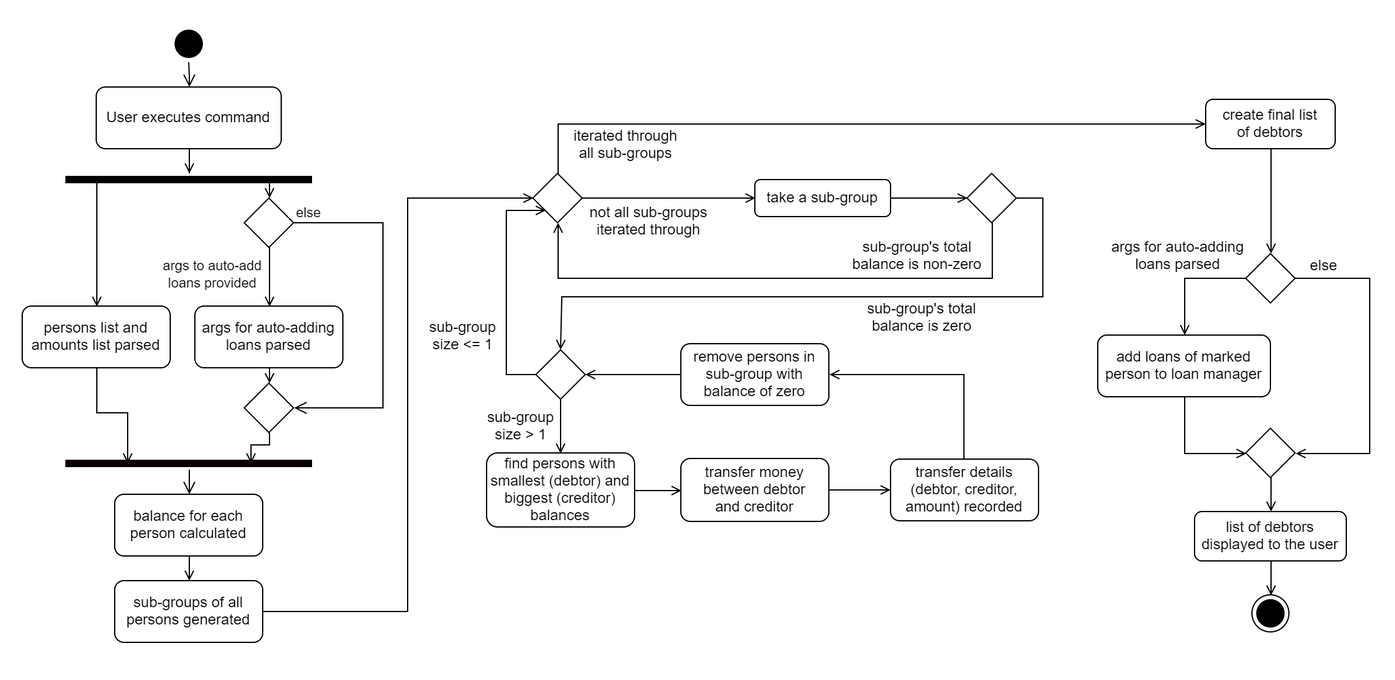
This is docs/images/LoanSplitActivityDiagram.png from nus-cs2103-AY1920S1/addressbook-level3, a draw.io export, as it was before one commit. Source tidied: cells renumbered, new cells last; positions are measured from the earlier drawing's top-left corner, leaving out a move shared by most shapes.
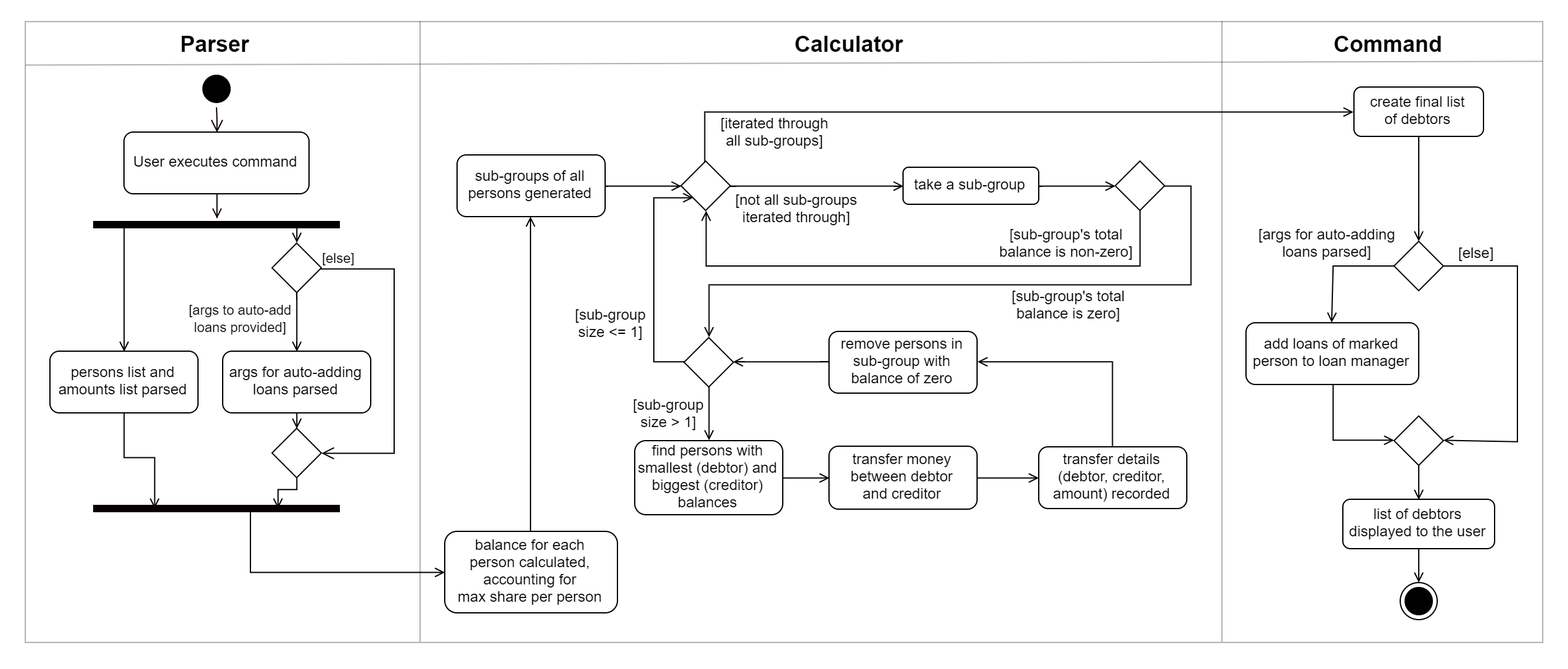
After the change.

Commit message:
Update loan split activity diagram

Diff of the diagram source:
```diff
@@ -2,17 +2,20 @@
   <root>
     <mxCell id="0" />
     <mxCell id="1" parent="0" />
-    <mxCell id="2" style="rounded=0;whiteSpace=wrap;html=1;strokeColor=none;fillColor=#FFFFFF;fontFamily=Helvetica;align=center;" parent="1" vertex="1">
-      <mxGeometry width="1130" height="550" as="geometry" />
-    </mxCell>
+    <mxCell id="65" style="rounded=0;whiteSpace=wrap;html=1;strokeColor=none;fillColor=#ffffff;" parent="1" vertex="1">
+      <mxGeometry x="-120" y="10" width="1270" height="540" as="geometry" />
+    </mxCell>
+    <mxCell id="66" style="rounded=0;whiteSpace=wrap;html=1;strokeColor=#000000;opacity=30;fillColor=none;" parent="1" vertex="1">
+      <mxGeometry x="-100" y="27" width="1230" height="503" as="geometry" />
+    </mxCell>
     <mxCell id="3" style="edgeStyle=orthogonalEdgeStyle;rounded=0;jettySize=auto;html=1;endArrow=open;endFill=0;strokeColor=#0F0000;fontFamily=Helvetica;" parent="1" edge="1" source="4" target="9">
       <mxGeometry relative="1" as="geometry" />
     </mxCell>
     <mxCell id="4" value="User executes command" style="rounded=1;" parent="1" vertex="1">
-      <mxGeometry x="77.5" y="70" width="150" height="50" as="geometry" />
+      <mxGeometry x="-20" y="116.5" width="150" height="50" as="geometry" />
     </mxCell>
     <mxCell id="5" style="ellipse;html=1;shape=startState;fillColor=#000000;strokeColor=#0F0000;" parent="1" vertex="1">
-      <mxGeometry x="137.5" y="20" width="30" height="30" as="geometry" />
+      <mxGeometry x="40" y="66.5" width="30" height="30" as="geometry" />
     </mxCell>
     <mxCell id="6" style="edgeStyle=orthogonalEdgeStyle;html=1;verticalAlign=bottom;endArrow=open;endSize=8;strokeColor=#0F0000;entryX=0.5;entryY=0;entryDx=0;entryDy=0;" parent="1" edge="1" source="5" target="4">
       <mxGeometry relative="1" as="geometry" />
@@ -20,7 +23,7 @@
     <mxCell id="7" style="edgeStyle=orthogonalEdgeStyle;rounded=0;jettySize=auto;html=1;exitX=0.25;exitY=0.5;exitDx=0;exitDy=0;exitPerimeter=0;entryX=0.5;entryY=0;entryDx=0;entryDy=0;fontFamily=Courier New;endArrow=open;endFill=0;" parent="1" edge="1" source="9" target="11">
       <mxGeometry relative="1" as="geometry">
         <Array as="points">
-          <mxPoint x="77.5" y="145" />
+          <mxPoint x="-20" y="191.5" />
         </Array>
       </mxGeometry>
     </mxCell>
@@ -28,67 +31,66 @@
       <mxGeometry relative="1" as="geometry" />
     </mxCell>
     <mxCell id="9" style="shape=line;html=1;strokeWidth=6;strokeColor=#000000;rounded=1;" parent="1" vertex="1">
-      <mxGeometry x="52.5" y="140" width="200" height="10" as="geometry" />
+      <mxGeometry x="-45" y="186.5" width="200" height="10" as="geometry" />
     </mxCell>
     <mxCell id="10" style="edgeStyle=orthogonalEdgeStyle;rounded=0;jettySize=auto;html=1;entryX=0.25;entryY=0.5;entryDx=0;entryDy=0;entryPerimeter=0;endArrow=open;endFill=0;strokeColor=#080000;fontFamily=Helvetica;" parent="1" edge="1" source="11" target="17">
       <mxGeometry relative="1" as="geometry" />
     </mxCell>
     <mxCell id="11" value="persons list and&#10;amounts list parsed" style="rounded=1;fontFamily=Helvetica;" parent="1" vertex="1">
-      <mxGeometry x="17.5" y="247.5" width="120" height="50" as="geometry" />
+      <mxGeometry x="-80" y="294" width="120" height="50" as="geometry" />
     </mxCell>
     <mxCell id="12" style="edgeStyle=orthogonalEdgeStyle;rounded=0;jettySize=auto;html=1;exitX=0.5;exitY=1;exitDx=0;exitDy=0;entryX=0.5;entryY=0;entryDx=0;entryDy=0;endArrow=open;endFill=0;strokeColor=#080000;fontFamily=Helvetica;" parent="1" edge="1" source="13" target="20">
       <mxGeometry relative="1" as="geometry" />
     </mxCell>
     <mxCell id="13" value="args for auto-adding&#10;loans parsed" style="rounded=1;fontFamily=Helvetica;" parent="1" vertex="1">
-      <mxGeometry x="157.5" y="247.5" width="120" height="50" as="geometry" />
+      <mxGeometry x="60" y="294" width="120" height="50" as="geometry" />
     </mxCell>
     <mxCell id="14" style="edgeStyle=orthogonalEdgeStyle;rounded=0;jettySize=auto;html=1;entryX=0.5;entryY=0;entryDx=0;entryDy=0;endArrow=open;endFill=0;strokeColor=#080000;fontFamily=Helvetica;" parent="1" edge="1" source="15" target="13">
       <mxGeometry relative="1" as="geometry" />
     </mxCell>
     <mxCell id="15" style="rhombus;whiteSpace=wrap;html=1;fillColor=#FFFFFF;strokeColor=#050000;rounded=0;fontFamily=Courier New;" parent="1" vertex="1">
-      <mxGeometry x="197.5" y="160" width="40" height="40" as="geometry" />
+      <mxGeometry x="100" y="206.5" width="40" height="40" as="geometry" />
     </mxCell>
-    <mxCell id="16" value="else" style="edgeStyle=orthogonalEdgeStyle;html=1;align=left;verticalAlign=bottom;endArrow=open;endSize=8;strokeColor=#050000;fontFamily=Helvetica;entryX=1;entryY=0.5;entryDx=0;entryDy=0;rounded=0;" parent="1" edge="1" source="15" target="20">
+    <mxCell id="16" value="[else]" style="edgeStyle=orthogonalEdgeStyle;html=1;align=left;verticalAlign=bottom;endArrow=open;endSize=8;strokeColor=#050000;fontFamily=Helvetica;entryX=1;entryY=0.5;entryDx=0;entryDy=0;rounded=0;" parent="1" edge="1" source="15" target="20">
       <mxGeometry x="-1" relative="1" as="geometry">
         <Array as="points">
-          <mxPoint x="310" y="180" />
-          <mxPoint x="310" y="330" />
+          <mxPoint x="199" y="227" />
+          <mxPoint x="199" y="377" />
         </Array>
       </mxGeometry>
     </mxCell>
+    <mxCell id="18" style="edgeStyle=orthogonalEdgeStyle;rounded=0;jettySize=auto;html=1;entryX=0;entryY=0.5;entryDx=0;entryDy=0;endArrow=open;endFill=0;exitX=0.5;exitY=0.555;exitDx=0;exitDy=0;exitPerimeter=0;" parent="1" edge="1" source="17" target="22">
+      <mxGeometry relative="1" as="geometry">
+        <Array as="points">
+          <mxPoint x="82" y="473" />
+        </Array>
+      </mxGeometry>
+    </mxCell>
     <mxCell id="17" style="shape=line;html=1;strokeWidth=6;strokeColor=#080000;rounded=0;fillColor=#FFFFFF;fontFamily=Helvetica;" parent="1" vertex="1">
-      <mxGeometry x="52.5" y="370" width="200" height="10" as="geometry" />
+      <mxGeometry x="-45" y="416.5" width="200" height="10" as="geometry" />
     </mxCell>
-    <mxCell id="18" style="edgeStyle=orthogonalEdgeStyle;html=1;verticalAlign=bottom;endArrow=open;endSize=8;strokeColor=#080000;fontFamily=Helvetica;entryX=0.5;entryY=0;entryDx=0;entryDy=0;" parent="1" edge="1" source="17" target="22">
-      <mxGeometry relative="1" as="geometry" />
-    </mxCell>
     <mxCell id="19" style="edgeStyle=orthogonalEdgeStyle;rounded=0;jettySize=auto;html=1;exitX=0.5;exitY=1;exitDx=0;exitDy=0;entryX=0.75;entryY=0.5;entryDx=0;entryDy=0;entryPerimeter=0;endArrow=open;endFill=0;strokeColor=#080000;fontFamily=Helvetica;" parent="1" edge="1" source="20" target="17">
       <mxGeometry relative="1" as="geometry">
         <Array as="points">
-          <mxPoint x="217.5" y="360" />
-          <mxPoint x="202.5" y="360" />
+          <mxPoint x="120" y="406.5" />
+          <mxPoint x="105" y="406.5" />
         </Array>
       </mxGeometry>
     </mxCell>
     <mxCell id="20" style="rhombus;whiteSpace=wrap;html=1;fillColor=#FFFFFF;strokeColor=#050000;rounded=0;fontFamily=Courier New;" parent="1" vertex="1">
-      <mxGeometry x="197.5" y="310" width="40" height="40" as="geometry" />
+      <mxGeometry x="100" y="356.5" width="40" height="40" as="geometry" />
     </mxCell>
-    <mxCell id="21" style="edgeStyle=orthogonalEdgeStyle;rounded=0;jettySize=auto;html=1;entryX=0.5;entryY=0;entryDx=0;entryDy=0;endArrow=open;endFill=0;strokeColor=#080000;fontFamily=Helvetica;" parent="1" edge="1" source="22" target="24">
+    <mxCell id="21" style="edgeStyle=orthogonalEdgeStyle;rounded=0;jettySize=auto;html=1;entryX=0.5;entryY=1;entryDx=0;entryDy=0;endArrow=open;endFill=0;" parent="1" edge="1" source="22" target="24">
       <mxGeometry relative="1" as="geometry" />
     </mxCell>
-    <mxCell id="22" value="balance for each&#10;person calculated" style="rounded=1;fontFamily=Helvetica;" parent="1" vertex="1">
-      <mxGeometry x="92.5" y="400" width="120" height="50" as="geometry" />
+    <mxCell id="22" value="balance for each&#10;person calculated,&#10;accounting for&#10;max share per person" style="rounded=1;fontFamily=Helvetica;" parent="1" vertex="1">
+      <mxGeometry x="240" y="440" width="140" height="66" as="geometry" />
     </mxCell>
-    <mxCell id="23" style="edgeStyle=orthogonalEdgeStyle;rounded=0;jettySize=auto;html=1;entryX=0;entryY=0.5;entryDx=0;entryDy=0;endArrow=open;endFill=0;strokeColor=#080000;fontFamily=Helvetica;" parent="1" edge="1" source="24" target="42">
-      <mxGeometry relative="1" as="geometry">
-        <Array as="points">
-          <mxPoint x="330" y="495" />
-          <mxPoint x="330" y="160" />
-        </Array>
-      </mxGeometry>
+    <mxCell id="23" style="edgeStyle=orthogonalEdgeStyle;rounded=0;jettySize=auto;html=1;entryX=0;entryY=0.5;entryDx=0;entryDy=0;endArrow=open;endFill=0;" parent="1" edge="1" source="24" target="42">
+      <mxGeometry relative="1" as="geometry" />
     </mxCell>
     <mxCell id="24" value="sub-groups of all&#10;persons generated" style="rounded=1;fontFamily=Helvetica;" parent="1" vertex="1">
-      <mxGeometry x="92.5" y="470" width="120" height="50" as="geometry" />
+      <mxGeometry x="250" y="135" width="120" height="50" as="geometry" />
     </mxCell>
     <mxCell id="25" style="edgeStyle=orthogonalEdgeStyle;rounded=0;jettySize=auto;html=1;entryX=0.5;entryY=0;entryDx=0;entryDy=0;endArrow=open;endFill=0;strokeColor=#080000;fontFamily=Helvetica;" parent="1" edge="1" source="26" target="32">
       <mxGeometry relative="1" as="geometry" />
@@ -96,7 +98,7 @@
     <mxCell id="26" value="create final list&#10;of debtors" style="rounded=1;fontFamily=Helvetica;" parent="1" vertex="1">
       <mxGeometry x="977" y="80" width="105" height="40" as="geometry" />
     </mxCell>
-    <mxCell id="27" value="iterated through&lt;br&gt;all sub-groups" style="text;html=1;align=center;verticalAlign=top;spacingTop=-4;fontFamily=Helvetica;" parent="1" vertex="1">
+    <mxCell id="27" value="[iterated through&lt;br&gt;all sub-groups]" style="text;html=1;align=center;verticalAlign=top;spacingTop=-4;fontFamily=Helvetica;" parent="1" vertex="1">
       <mxGeometry x="457" y="100" width="100" height="30" as="geometry" />
     </mxCell>
     <mxCell id="28" style="edgeStyle=orthogonalEdgeStyle;rounded=0;jettySize=auto;html=1;entryX=0;entryY=0.5;entryDx=0;entryDy=0;endArrow=open;endFill=0;strokeColor=#080000;fontFamily=Helvetica;" parent="1" edge="1" source="29" target="35">
@@ -123,8 +125,8 @@
     <mxCell id="32" style="rhombus;whiteSpace=wrap;html=1;fillColor=#FFFFFF;strokeColor=#050000;rounded=0;fontFamily=Courier New;" parent="1" vertex="1">
       <mxGeometry x="1009.5" y="205" width="40" height="40" as="geometry" />
     </mxCell>
-    <mxCell id="33" value="args for auto-adding&lt;br&gt;loans parsed" style="text;html=1;align=center;verticalAlign=top;spacingTop=-4;fontFamily=Helvetica;" parent="1" vertex="1">
-      <mxGeometry x="894.5" y="190" width="120" height="30" as="geometry" />
+    <mxCell id="33" value="[args for auto-adding&lt;br&gt;loans parsed]" style="text;html=1;align=center;verticalAlign=top;spacingTop=-4;fontFamily=Helvetica;" parent="1" vertex="1">
+      <mxGeometry x="889.5" y="190" width="130" height="30" as="geometry" />
     </mxCell>
     <mxCell id="34" style="edgeStyle=orthogonalEdgeStyle;rounded=0;jettySize=auto;html=1;entryX=0.5;entryY=0;entryDx=0;entryDy=0;endArrow=open;endFill=0;strokeColor=#080000;fontFamily=Helvetica;" parent="1" edge="1" source="35" target="38">
       <mxGeometry relative="1" as="geometry" />
@@ -132,7 +134,7 @@
     <mxCell id="35" style="rhombus;whiteSpace=wrap;html=1;fillColor=#FFFFFF;strokeColor=#050000;rounded=0;fontFamily=Courier New;" parent="1" vertex="1">
       <mxGeometry x="1009.5" y="346.5" width="40" height="40" as="geometry" />
     </mxCell>
-    <mxCell id="36" value="else" style="text;html=1;align=left;verticalAlign=top;spacingTop=-4;fontFamily=Helvetica;" parent="1" vertex="1">
+    <mxCell id="36" value="[else]" style="text;html=1;align=left;verticalAlign=top;spacingTop=-4;fontFamily=Helvetica;" parent="1" vertex="1">
       <mxGeometry x="1060" y="205" width="40" height="20" as="geometry" />
     </mxCell>
     <mxCell id="37" style="edgeStyle=orthogonalEdgeStyle;rounded=0;jettySize=auto;html=1;entryX=0.5;entryY=0;entryDx=0;entryDy=0;endArrow=open;endFill=0;strokeColor=#080000;fontFamily=Helvetica;" parent="1" edge="1" source="38" target="39">
@@ -147,10 +149,10 @@
     <mxCell id="40" style="edgeStyle=orthogonalEdgeStyle;rounded=0;jettySize=auto;html=1;entryX=0;entryY=0.5;entryDx=0;entryDy=0;endArrow=open;endFill=0;strokeColor=#080000;fontFamily=Helvetica;" parent="1" edge="1" source="42" target="44">
       <mxGeometry relative="1" as="geometry" />
     </mxCell>
-    <mxCell id="41" style="edgeStyle=orthogonalEdgeStyle;rounded=0;jettySize=auto;html=1;entryX=0;entryY=0.5;entryDx=0;entryDy=0;endArrow=open;endFill=0;strokeColor=#080000;fontFamily=Helvetica;" parent="1" edge="1" source="42" target="26">
+    <mxCell id="41" style="edgeStyle=orthogonalEdgeStyle;rounded=0;jettySize=auto;html=1;entryX=0;entryY=0.5;entryDx=0;entryDy=0;endArrow=open;endFill=0;" parent="1" edge="1" source="42" target="26">
       <mxGeometry relative="1" as="geometry">
         <Array as="points">
-          <mxPoint x="452" y="100" />
+          <mxPoint x="451" y="100" />
         </Array>
       </mxGeometry>
     </mxCell>
@@ -163,7 +165,7 @@
     <mxCell id="44" value="take a sub-group" style="rounded=1;fontFamily=Helvetica;" parent="1" vertex="1">
       <mxGeometry x="611.5" y="145" width="110" height="30" as="geometry" />
     </mxCell>
-    <mxCell id="45" value="not all sub-groups&lt;br&gt;iterated through" style="text;html=1;align=center;verticalAlign=middle;labelBackgroundColor=#ffffff;fontFamily=Helvetica;" parent="1" vertex="1">
+    <mxCell id="45" value="[not all sub-groups&lt;br&gt;iterated through]" style="text;html=1;align=center;verticalAlign=middle;labelBackgroundColor=#ffffff;fontFamily=Helvetica;" parent="1" vertex="1">
       <mxGeometry x="581.5" y="160" as="geometry">
         <mxPoint x="-57" y="18" as="offset" />
       </mxGeometry>
@@ -202,13 +204,13 @@
     <mxCell id="51" style="rhombus;whiteSpace=wrap;html=1;fillColor=#FFFFFF;strokeColor=#050000;rounded=0;fontFamily=Courier New;" parent="1" vertex="1">
       <mxGeometry x="434" y="283" width="40" height="40" as="geometry" />
     </mxCell>
-    <mxCell id="52" value="sub-group's total&lt;br&gt;balance is zero" style="text;html=1;align=center;verticalAlign=top;spacingTop=-4;fontFamily=Helvetica;" parent="1" vertex="1">
-      <mxGeometry x="696.5" y="240" width="100" height="30" as="geometry" />
+    <mxCell id="52" value="[sub-group's total&lt;br&gt;balance is zero]" style="text;html=1;align=center;verticalAlign=top;spacingTop=-4;fontFamily=Helvetica;" parent="1" vertex="1">
+      <mxGeometry x="691.5" y="240" width="110" height="30" as="geometry" />
     </mxCell>
-    <mxCell id="53" value="sub-group's total&lt;br&gt;balance is non-zero" style="text;html=1;align=center;verticalAlign=top;spacingTop=-4;fontFamily=Helvetica;" parent="1" vertex="1">
+    <mxCell id="53" value="[sub-group's total&lt;br&gt;balance is non-zero]" style="text;html=1;align=center;verticalAlign=top;spacingTop=-4;fontFamily=Helvetica;" parent="1" vertex="1">
       <mxGeometry x="683.5" y="190" width="120" height="30" as="geometry" />
     </mxCell>
-    <mxCell id="54" value="sub-group&lt;br&gt;size &amp;lt;= 1" style="text;html=1;align=center;verticalAlign=top;spacingTop=-4;fontFamily=Helvetica;" parent="1" vertex="1">
+    <mxCell id="54" value="[sub-group&lt;br&gt;size &amp;lt;= 1]" style="text;html=1;align=center;verticalAlign=top;spacingTop=-4;fontFamily=Helvetica;" parent="1" vertex="1">
       <mxGeometry x="339.5" y="255" width="70" height="30" as="geometry" />
     </mxCell>
     <mxCell id="55" style="edgeStyle=orthogonalEdgeStyle;rounded=0;jettySize=auto;html=1;entryX=0;entryY=0.5;entryDx=0;entryDy=0;endArrow=open;endFill=0;strokeColor=#080000;fontFamily=Helvetica;" parent="1" edge="1" source="56" target="58">
@@ -229,11 +231,11 @@
     <mxCell id="60" value="remove persons in&#10;sub-group with&#10;balance of zero" style="rounded=1;fontFamily=Helvetica;" parent="1" vertex="1">
       <mxGeometry x="551.5" y="278" width="120" height="50" as="geometry" />
     </mxCell>
-    <mxCell id="61" value="sub-group&lt;br&gt;size &amp;gt; 1" style="text;html=1;align=center;verticalAlign=top;spacingTop=-4;fontFamily=Helvetica;" parent="1" vertex="1">
+    <mxCell id="61" value="[sub-group&lt;br&gt;size &amp;gt; 1]" style="text;html=1;align=center;verticalAlign=top;spacingTop=-4;fontFamily=Helvetica;" parent="1" vertex="1">
       <mxGeometry x="387" y="328" width="70" height="30" as="geometry" />
     </mxCell>
-    <mxCell id="62" value="&lt;span style=&quot;font-size: 11px ; background-color: rgb(255 , 255 , 255)&quot;&gt;args to auto-add&lt;/span&gt;&lt;br style=&quot;font-size: 11px&quot;&gt;&lt;span style=&quot;font-size: 11px ; background-color: rgb(255 , 255 , 255)&quot;&gt;loans provided&lt;/span&gt;" style="text;html=1;align=center;verticalAlign=top;spacingTop=-4;fontFamily=Helvetica;" parent="1" vertex="1">
-      <mxGeometry x="122" y="205" width="100" height="30" as="geometry" />
+    <mxCell id="62" value="&lt;span style=&quot;font-size: 11px ; background-color: rgb(255 , 255 , 255)&quot;&gt;[args to auto-add&lt;/span&gt;&lt;br style=&quot;font-size: 11px&quot;&gt;&lt;span style=&quot;font-size: 11px ; background-color: rgb(255 , 255 , 255)&quot;&gt;loans provided]&lt;/span&gt;" style="text;html=1;align=center;verticalAlign=top;spacingTop=-4;fontFamily=Helvetica;" parent="1" vertex="1">
+      <mxGeometry x="24.5" y="251.5" width="100" height="30" as="geometry" />
     </mxCell>
     <mxCell id="63" style="edgeStyle=orthogonalEdgeStyle;rounded=0;jettySize=auto;html=1;entryX=1;entryY=0.5;entryDx=0;entryDy=0;endArrow=open;endFill=0;strokeColor=#080000;fontFamily=Helvetica;" parent="1" edge="1" source="64" target="60">
       <mxGeometry relative="1" as="geometry">
@@ -245,5 +247,29 @@
     <mxCell id="64" value="transfer details&#10;(debtor, creditor,&#10;amount) recorded" style="rounded=1;fontFamily=Helvetica;" parent="1" vertex="1">
       <mxGeometry x="721.5" y="371.5" width="120" height="50" as="geometry" />
     </mxCell>
+    <mxCell id="67" style="endArrow=none;html=1;entryX=0.25;entryY=0;entryDx=0;entryDy=0;exitX=0.25;exitY=1;exitDx=0;exitDy=0;rounded=0;opacity=30;" parent="1" edge="1">
+      <mxGeometry relative="1" as="geometry">
+        <mxPoint x="220" y="529.5" as="sourcePoint" />
+        <mxPoint x="220" y="26.5" as="targetPoint" />
+      </mxGeometry>
+    </mxCell>
+    <mxCell id="68" style="endArrow=none;html=1;entryX=0.25;entryY=0;entryDx=0;entryDy=0;exitX=0.25;exitY=1;exitDx=0;exitDy=0;rounded=0;opacity=30;" parent="1" edge="1">
+      <mxGeometry relative="1" as="geometry">
+        <mxPoint x="870" y="529.5" as="sourcePoint" />
+        <mxPoint x="870" y="26.5" as="targetPoint" />
+      </mxGeometry>
+    </mxCell>
+    <mxCell id="69" style="endArrow=none;html=1;rounded=0;opacity=30;exitX=1;exitY=0.064;exitDx=0;exitDy=0;exitPerimeter=0;entryX=0;entryY=0.07;entryDx=0;entryDy=0;entryPerimeter=0;" parent="1" edge="1" source="66" target="66">
+      <mxGeometry relative="1" as="geometry" />
+    </mxCell>
+    <mxCell id="70" value="&lt;span style=&quot;font-size: 18px&quot;&gt;&lt;b&gt;Parser&lt;/b&gt;&lt;/span&gt;" style="text;html=1;align=left;verticalAlign=top;spacingTop=-4;" parent="1" vertex="1">
+      <mxGeometry x="24" y="33" width="70" height="20" as="geometry" />
+    </mxCell>
+    <mxCell id="71" value="&lt;span style=&quot;font-size: 18px&quot;&gt;&lt;b&gt;Calculator&lt;/b&gt;&lt;/span&gt;" style="text;html=1;align=left;verticalAlign=top;spacingTop=-4;" parent="1" vertex="1">
+      <mxGeometry x="522" y="33" width="100" height="20" as="geometry" />
+    </mxCell>
+    <mxCell id="72" value="&lt;span style=&quot;font-size: 18px&quot;&gt;&lt;b&gt;Command&lt;/b&gt;&lt;/span&gt;" style="text;html=1;align=left;verticalAlign=top;spacingTop=-4;" parent="1" vertex="1">
+      <mxGeometry x="959.5" y="33" width="100" height="20" as="geometry" />
+    </mxCell>
   </root>
 </mxGraphModel>
```
